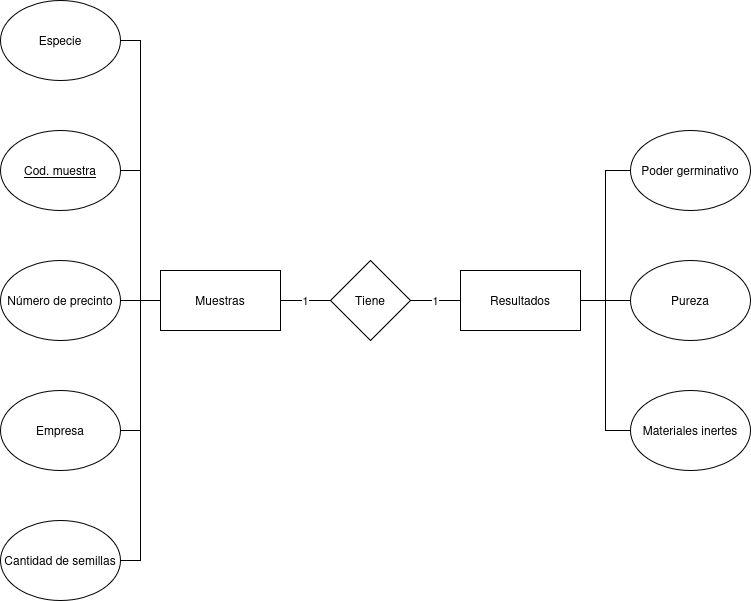
GIBelletti/registro_de_semillas keeps this draw.io diagram as DiagramaSemillasSQL.png. Above is the earlier version. Source tidied: cells renumbered, new cells last; positions are measured from the earlier drawing's top-left corner, leaving out a move shared by most shapes. Source of this version:
```xml
<mxGraphModel>
  <root>
    <mxCell id="0" />
    <mxCell id="1" parent="0" />
    <mxCell id="2" style="edgeStyle=orthogonalEdgeStyle;rounded=0;jettySize=auto;html=1;exitX=0;exitY=0.5;exitDx=0;exitDy=0;entryX=1;entryY=0.5;entryDx=0;entryDy=0;endArrow=none;endFill=0;" parent="1" edge="1" source="8" target="13">
      <mxGeometry relative="1" as="geometry" />
    </mxCell>
    <mxCell id="3" style="edgeStyle=orthogonalEdgeStyle;rounded=0;jettySize=auto;html=1;exitX=0;exitY=0.5;exitDx=0;exitDy=0;entryX=1;entryY=0.5;entryDx=0;entryDy=0;endArrow=none;endFill=0;" parent="1" edge="1" source="8" target="9">
      <mxGeometry relative="1" as="geometry" />
    </mxCell>
    <mxCell id="4" style="edgeStyle=orthogonalEdgeStyle;rounded=0;jettySize=auto;html=1;exitX=0;exitY=0.5;exitDx=0;exitDy=0;entryX=1;entryY=0.5;entryDx=0;entryDy=0;endArrow=none;endFill=0;" parent="1" edge="1" source="8" target="10">
      <mxGeometry relative="1" as="geometry" />
    </mxCell>
    <mxCell id="5" style="edgeStyle=orthogonalEdgeStyle;rounded=0;jettySize=auto;html=1;exitX=0;exitY=0.5;exitDx=0;exitDy=0;entryX=1;entryY=0.5;entryDx=0;entryDy=0;endArrow=none;endFill=0;" parent="1" edge="1" source="8" target="12">
      <mxGeometry relative="1" as="geometry" />
    </mxCell>
    <mxCell id="6" style="edgeStyle=orthogonalEdgeStyle;rounded=0;jettySize=auto;html=1;exitX=0;exitY=0.5;exitDx=0;exitDy=0;entryX=1;entryY=0.5;entryDx=0;entryDy=0;endArrow=none;endFill=0;" parent="1" edge="1" source="8" target="11">
      <mxGeometry relative="1" as="geometry" />
    </mxCell>
    <mxCell id="7" value="1" style="edgeStyle=orthogonalEdgeStyle;rounded=0;jettySize=auto;html=1;exitX=1;exitY=0.5;exitDx=0;exitDy=0;entryX=0;entryY=0.5;entryDx=0;entryDy=0;endArrow=none;endFill=0;" parent="1" edge="1" source="8" target="22">
      <mxGeometry relative="1" as="geometry" />
    </mxCell>
    <mxCell id="8" value="Muestras" style="rounded=0;whiteSpace=wrap;html=1;" parent="1" vertex="1">
      <mxGeometry x="160" y="270" width="120" height="60" as="geometry" />
    </mxCell>
    <mxCell id="9" value="Cod. muestra" style="ellipse;whiteSpace=wrap;html=1;fontStyle=4;" parent="1" vertex="1">
      <mxGeometry y="130" width="120" height="80" as="geometry" />
    </mxCell>
    <mxCell id="10" value="Número de precinto" style="ellipse;whiteSpace=wrap;html=1;" parent="1" vertex="1">
      <mxGeometry y="260" width="120" height="80" as="geometry" />
    </mxCell>
    <mxCell id="11" value="Cantidad de semillas" style="ellipse;whiteSpace=wrap;html=1;" parent="1" vertex="1">
      <mxGeometry y="520" width="120" height="80" as="geometry" />
    </mxCell>
    <mxCell id="12" value="Empresa" style="ellipse;whiteSpace=wrap;html=1;" parent="1" vertex="1">
      <mxGeometry y="390" width="120" height="80" as="geometry" />
    </mxCell>
    <mxCell id="13" value="Especie" style="ellipse;whiteSpace=wrap;html=1;" parent="1" vertex="1">
      <mxGeometry width="120" height="80" as="geometry" />
    </mxCell>
    <mxCell id="14" style="edgeStyle=orthogonalEdgeStyle;rounded=0;jettySize=auto;html=1;exitX=1;exitY=0.5;exitDx=0;exitDy=0;entryX=0;entryY=0.5;entryDx=0;entryDy=0;endArrow=none;endFill=0;" parent="1" edge="1" source="17" target="18">
      <mxGeometry relative="1" as="geometry" />
    </mxCell>
    <mxCell id="15" style="edgeStyle=orthogonalEdgeStyle;rounded=0;jettySize=auto;html=1;exitX=1;exitY=0.5;exitDx=0;exitDy=0;entryX=0;entryY=0.5;entryDx=0;entryDy=0;endArrow=none;endFill=0;" parent="1" edge="1" source="17" target="19">
      <mxGeometry relative="1" as="geometry" />
    </mxCell>
    <mxCell id="16" style="edgeStyle=orthogonalEdgeStyle;rounded=0;jettySize=auto;html=1;exitX=1;exitY=0.5;exitDx=0;exitDy=0;entryX=0;entryY=0.5;entryDx=0;entryDy=0;endArrow=none;endFill=0;" parent="1" edge="1" source="17" target="20">
      <mxGeometry relative="1" as="geometry" />
    </mxCell>
    <mxCell id="17" value="Resultados" style="rounded=0;whiteSpace=wrap;html=1;" parent="1" vertex="1">
      <mxGeometry x="460" y="270" width="120" height="60" as="geometry" />
    </mxCell>
    <mxCell id="18" value="Poder germinativo" style="ellipse;whiteSpace=wrap;html=1;" parent="1" vertex="1">
      <mxGeometry x="630" y="130" width="120" height="80" as="geometry" />
    </mxCell>
    <mxCell id="19" value="Pureza" style="ellipse;whiteSpace=wrap;html=1;" parent="1" vertex="1">
      <mxGeometry x="630" y="260" width="120" height="80" as="geometry" />
    </mxCell>
    <mxCell id="20" value="Materiales inertes" style="ellipse;whiteSpace=wrap;html=1;" parent="1" vertex="1">
      <mxGeometry x="630" y="390" width="120" height="80" as="geometry" />
    </mxCell>
    <mxCell id="21" value="1" style="edgeStyle=orthogonalEdgeStyle;rounded=0;jettySize=auto;html=1;exitX=1;exitY=0.5;exitDx=0;exitDy=0;endArrow=none;endFill=0;" parent="1" edge="1" source="22" target="17">
      <mxGeometry relative="1" as="geometry" />
    </mxCell>
    <mxCell id="22" value="Tiene" style="rhombus;whiteSpace=wrap;html=1;" parent="1" vertex="1">
      <mxGeometry x="330" y="260" width="80" height="80" as="geometry" />
    </mxCell>
  </root>
</mxGraphModel>
```
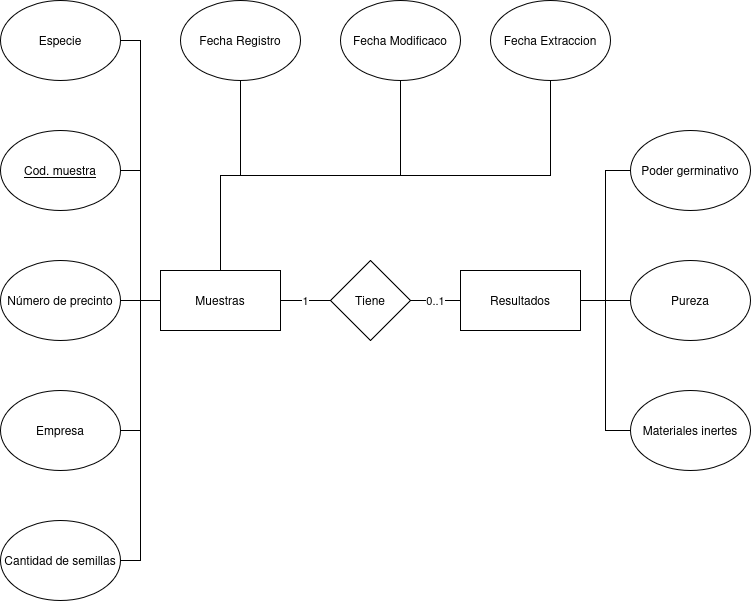
After the change.

Diff of the diagram source:
```diff
@@ -20,6 +20,12 @@
     <mxCell id="7" value="1" style="edgeStyle=orthogonalEdgeStyle;rounded=0;jettySize=auto;html=1;exitX=1;exitY=0.5;exitDx=0;exitDy=0;entryX=0;entryY=0.5;entryDx=0;entryDy=0;endArrow=none;endFill=0;" parent="1" edge="1" source="8" target="22">
       <mxGeometry relative="1" as="geometry" />
     </mxCell>
+    <mxCell id="23" style="edgeStyle=orthogonalEdgeStyle;rounded=0;jettySize=auto;html=1;exitX=0.5;exitY=0;exitDx=0;exitDy=0;entryX=0.5;entryY=1;entryDx=0;entryDy=0;endArrow=none;endFill=0;" parent="1" edge="1" source="8" target="25">
+      <mxGeometry relative="1" as="geometry" />
+    </mxCell>
+    <mxCell id="24" style="edgeStyle=orthogonalEdgeStyle;rounded=0;jettySize=auto;html=1;exitX=0.5;exitY=0;exitDx=0;exitDy=0;entryX=0.5;entryY=1;entryDx=0;entryDy=0;endArrow=none;endFill=0;" parent="1" edge="1" source="8" target="26">
+      <mxGeometry relative="1" as="geometry" />
+    </mxCell>
     <mxCell id="8" value="Muestras" style="rounded=0;whiteSpace=wrap;html=1;" parent="1" vertex="1">
       <mxGeometry x="160" y="270" width="120" height="60" as="geometry" />
     </mxCell>
@@ -59,11 +65,23 @@
     <mxCell id="20" value="Materiales inertes" style="ellipse;whiteSpace=wrap;html=1;" parent="1" vertex="1">
       <mxGeometry x="630" y="390" width="120" height="80" as="geometry" />
     </mxCell>
-    <mxCell id="21" value="1" style="edgeStyle=orthogonalEdgeStyle;rounded=0;jettySize=auto;html=1;exitX=1;exitY=0.5;exitDx=0;exitDy=0;endArrow=none;endFill=0;" parent="1" edge="1" source="22" target="17">
+    <mxCell id="21" value="0..1" style="edgeStyle=orthogonalEdgeStyle;rounded=0;jettySize=auto;html=1;exitX=1;exitY=0.5;exitDx=0;exitDy=0;endArrow=none;endFill=0;" parent="1" edge="1" source="22" target="17">
       <mxGeometry relative="1" as="geometry" />
     </mxCell>
     <mxCell id="22" value="Tiene" style="rhombus;whiteSpace=wrap;html=1;" parent="1" vertex="1">
       <mxGeometry x="330" y="260" width="80" height="80" as="geometry" />
     </mxCell>
+    <mxCell id="25" value="Fecha Registro" style="ellipse;whiteSpace=wrap;html=1;" parent="1" vertex="1">
+      <mxGeometry x="180" width="120" height="80" as="geometry" />
+    </mxCell>
+    <mxCell id="26" value="Fecha Modificaco" style="ellipse;whiteSpace=wrap;html=1;" parent="1" vertex="1">
+      <mxGeometry x="340" width="120" height="80" as="geometry" />
+    </mxCell>
+    <mxCell id="27" value="Fecha Extraccion" style="ellipse;whiteSpace=wrap;html=1;" parent="1" vertex="1">
+      <mxGeometry x="490" width="120" height="80" as="geometry" />
+    </mxCell>
+    <mxCell id="28" style="edgeStyle=orthogonalEdgeStyle;rounded=0;jettySize=auto;html=1;exitX=0.5;exitY=0;exitDx=0;exitDy=0;entryX=0.5;entryY=1;entryDx=0;entryDy=0;endArrow=none;endFill=0;" parent="1" edge="1" source="8" target="27">
+      <mxGeometry relative="1" as="geometry" />
+    </mxCell>
   </root>
 </mxGraphModel>
```
